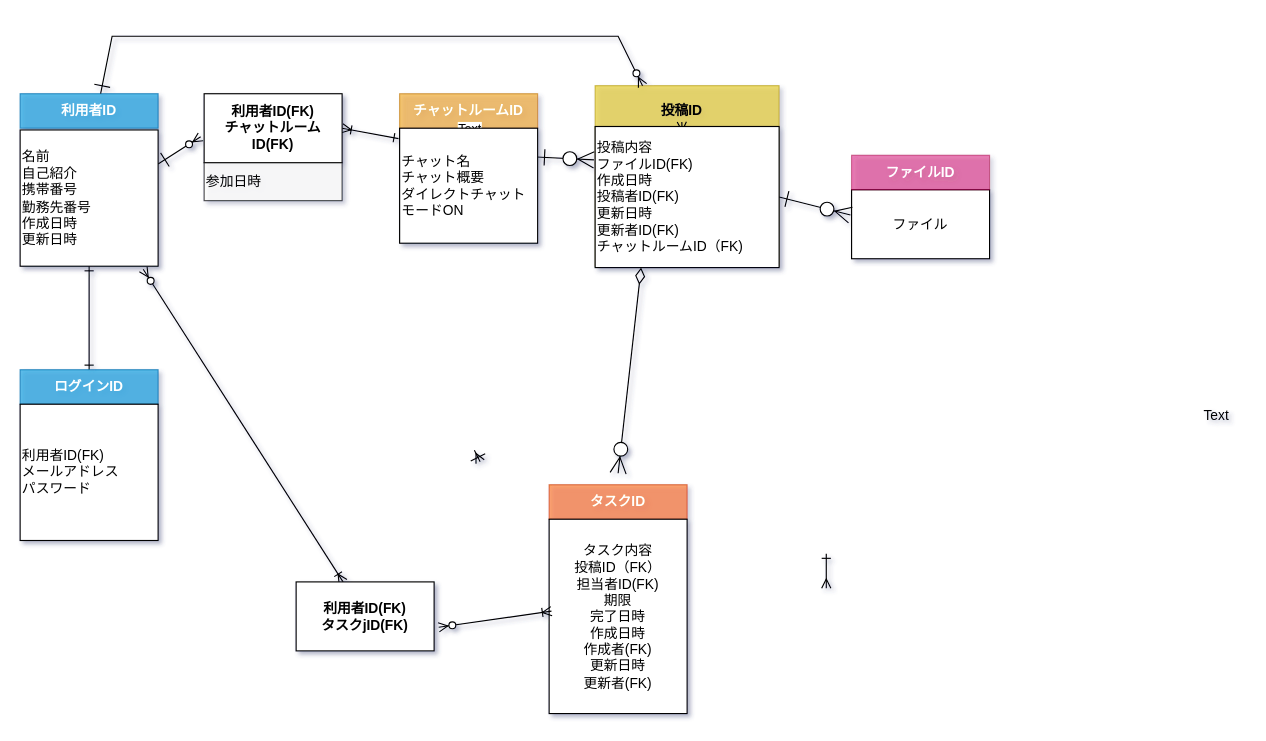
This is db/db-challenge1/db-challenge1.drawio from Yuina1012/quelcode-db, a draw.io file, before an edit. Source tidied: cells renumbered, new cells numbered last; positions are measured from the earlier drawing's top-left corner, leaving out a move shared by most shapes. Both pictures are drawn from the tidied source at 115%, with x=0, y=0 at pixel (20, 36).
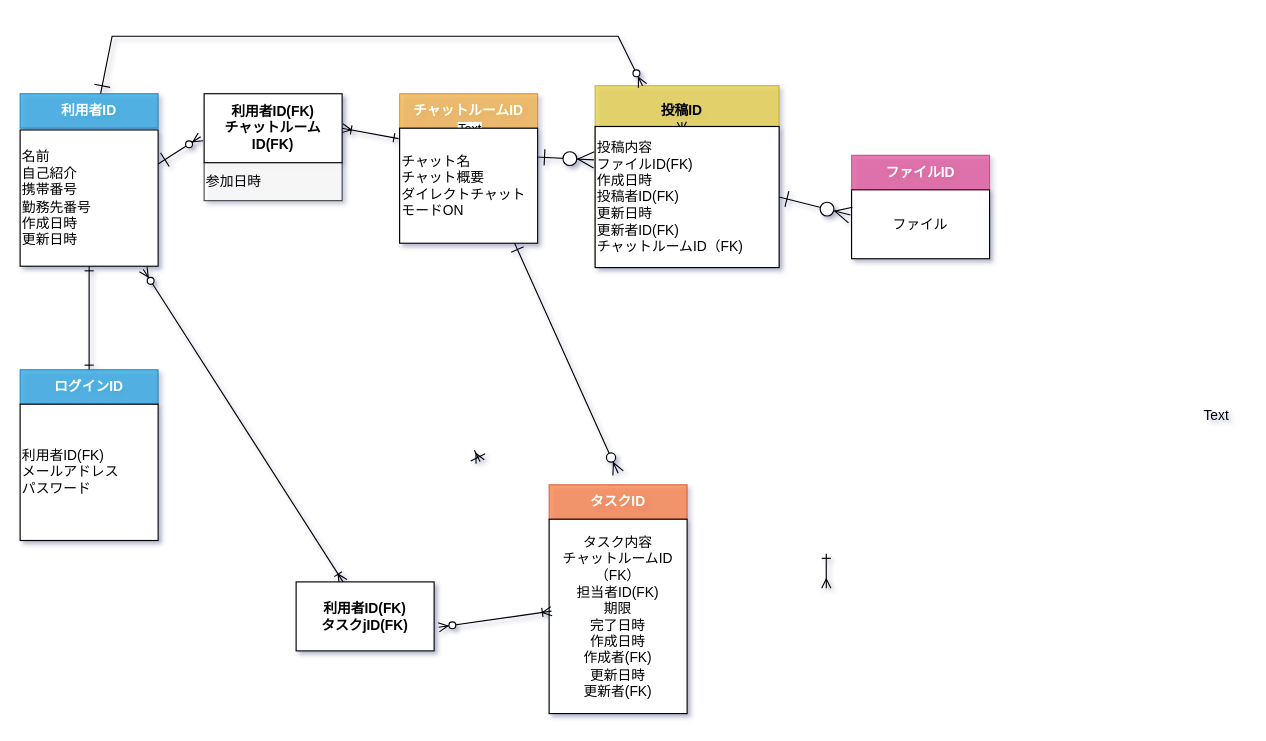
The same page after the edit.

Commit message:
リレーション変更

Unchanged cells that the change refers to:
```xml
<mxCell id="14" value="チャット名&lt;br&gt;&lt;div&gt;チャット概要&lt;/div&gt;&lt;div&gt;ダイレクトチャットモードON&lt;/div&gt;" style="rounded=0;whiteSpace=wrap;html=1;align=left;" parent="1" vertex="1">
  <mxGeometry x="330" y="80" width="120" height="100" as="geometry" />
</mxCell>
<mxCell id="21" value="投稿内容&lt;br&gt;ファイルID(FK)&lt;br&gt;作成日時&lt;br&gt;投稿者ID(FK)&lt;br&gt;更新日時&lt;br&gt;更新者ID(FK)&lt;br&gt;チャットルームID（FK)&lt;br&gt;" style="rounded=0;whiteSpace=wrap;html=1;align=left;" parent="18" vertex="1">
  <mxGeometry y="35.5" width="160" height="122.7" as="geometry" />
</mxCell>
```

Diff of the diagram source:
```diff
@@
-    <mxCell id="29" value="タスク内容&lt;br&gt;投稿ID（FK）&lt;br&gt;担当者ID(FK)&lt;br&gt;期限&lt;br&gt;完了日時&lt;br&gt;作成日時&lt;br&gt;作成者(FK)&lt;br&gt;更新日時&lt;br&gt;更新者(FK)" style="rounded=0;whiteSpace=wrap;html=1;" parent="1" vertex="1">
+    <mxCell id="29" value="タスク内容&lt;br&gt;チャットルームID（FK）&lt;br&gt;担当者ID(FK)&lt;br&gt;期限&lt;br&gt;完了日時&lt;br&gt;作成日時&lt;br&gt;作成者(FK)&lt;br&gt;更新日時&lt;br&gt;更新者(FK)" style="rounded=0;whiteSpace=wrap;html=1;" parent="1" vertex="1">
       <mxGeometry x="460" y="420" width="120" height="169" as="geometry" />
     </mxCell>
-    <mxCell id="30" style="edgeStyle=none;rounded=0;jettySize=auto;html=1;exitX=0.25;exitY=1;exitDx=0;exitDy=0;startArrow=diamondThin;startFill=0;endArrow=ERzeroToMany;endFill=1;strokeWidth=1;endSize=12;startSize=12;" parent="1" edge="1" source="21">
+    <mxCell id="30" style="edgeStyle=none;rounded=0;jettySize=auto;html=1;startArrow=ERone;startFill=0;endArrow=ERzeroToMany;endFill=1;strokeWidth=1;endSize=8;startSize=10;" parent="1" edge="1" source="14">
       <mxGeometry relative="1" as="geometry">
         <mxPoint x="520" y="380" as="targetPoint" />
         <Array as="points">
+          <mxPoint x="430" y="180" />
           <mxPoint x="520" y="380" />
         </Array>
       </mxGeometry>
     </mxCell>
```
